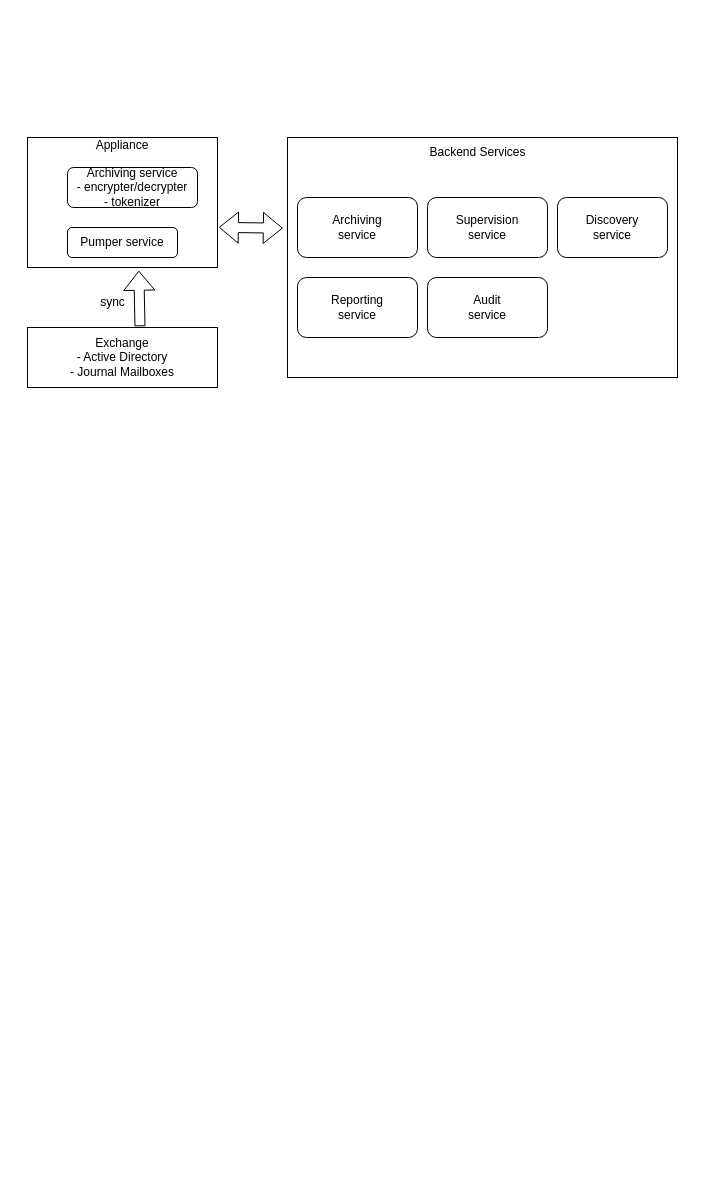
Earlier version of the draw.io diagram archiving.drawio (a4abi/overview). Source tidied: cells renumbered, new cells numbered last; positions are measured from the earlier drawing's top-left corner, leaving out a move shared by most shapes. Both pictures are drawn from the tidied source at 100%, with x=0, y=0 at pixel (27, 137).
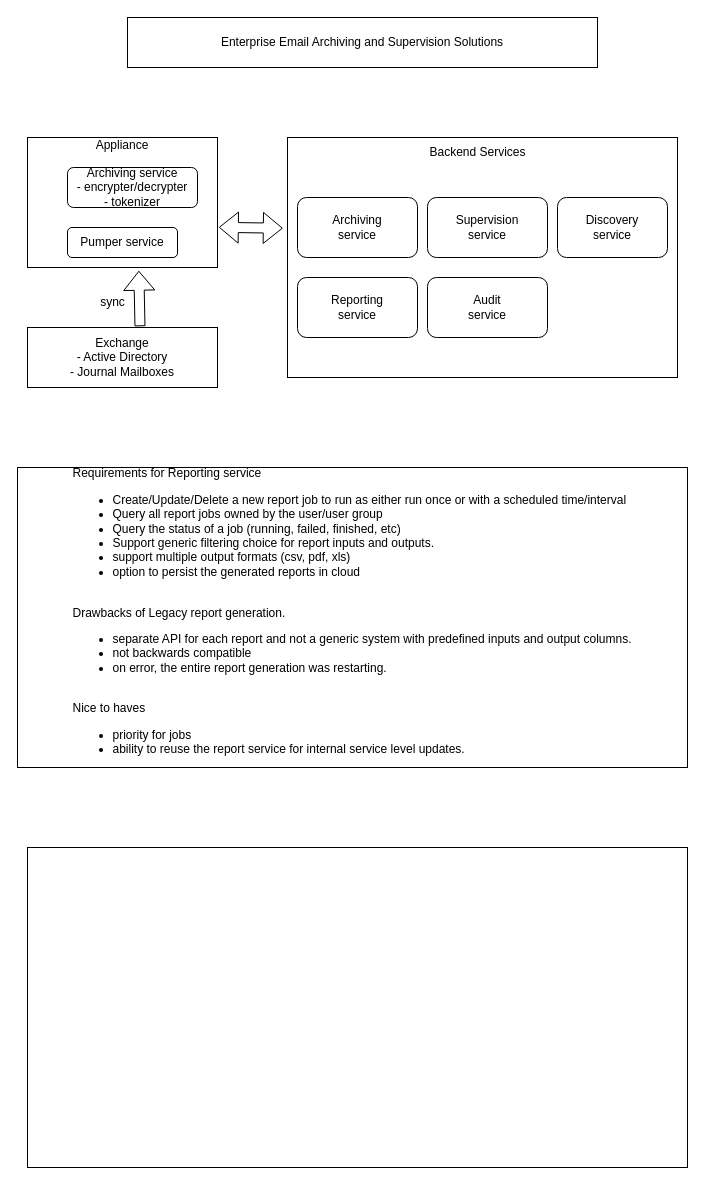
After the change.

The edit, as a diff of the source:
```diff
@@
 <mxGraphModel>
   <root>
     <mxCell id="0" />
     <mxCell id="1" parent="0" />
     <mxCell id="2" value="Appliance&lt;div&gt;&lt;br&gt;&lt;/div&gt;&lt;div&gt;&lt;br&gt;&lt;/div&gt;&lt;div&gt;&lt;br&gt;&lt;/div&gt;&lt;div&gt;&lt;br&gt;&lt;/div&gt;&lt;div&gt;&lt;br&gt;&lt;/div&gt;&lt;div&gt;&lt;br&gt;&lt;/div&gt;&lt;div&gt;&lt;br&gt;&lt;/div&gt;&lt;div&gt;&lt;br&gt;&lt;/div&gt;" style="rounded=0;whiteSpace=wrap;html=1;" parent="1" vertex="1">
       <mxGeometry width="190" height="130" as="geometry" />
     </mxCell>
     <mxCell id="3" value="Exchange&lt;div&gt;- Active Directory&lt;/div&gt;&lt;div&gt;- Journal Mailboxes&lt;/div&gt;" style="rounded=0;whiteSpace=wrap;html=1;" parent="1" vertex="1">
       <mxGeometry y="190" width="190" height="60" as="geometry" />
     </mxCell>
     <mxCell id="4" value="Archiving&amp;nbsp;&lt;span style=&quot;background-color: initial;&quot;&gt;service&lt;/span&gt;&lt;div&gt;&lt;span style=&quot;background-color: initial;&quot;&gt;- encrypter/decrypter&lt;/span&gt;&lt;/div&gt;&lt;div&gt;&lt;span style=&quot;background-color: initial;&quot;&gt;- tokenizer&lt;/span&gt;&lt;/div&gt;" style="rounded=1;whiteSpace=wrap;html=1;" parent="1" vertex="1">
       <mxGeometry x="40" y="30" width="130" height="40" as="geometry" />
     </mxCell>
     <mxCell id="5" style="rounded=0;whiteSpace=wrap;html=1;" parent="1" vertex="1">
       <mxGeometry x="260" width="390" height="240" as="geometry" />
     </mxCell>
     <mxCell id="6" value="Reporting&lt;div&gt;service&lt;/div&gt;" style="rounded=1;whiteSpace=wrap;html=1;" parent="1" vertex="1">
       <mxGeometry x="270" y="140" width="120" height="60" as="geometry" />
     </mxCell>
     <mxCell id="7" value="Audit&lt;div&gt;service&lt;/div&gt;" style="rounded=1;whiteSpace=wrap;html=1;" parent="1" vertex="1">
       <mxGeometry x="400" y="140" width="120" height="60" as="geometry" />
     </mxCell>
     <mxCell id="8" value="Archiving&lt;div&gt;service&lt;/div&gt;" style="rounded=1;whiteSpace=wrap;html=1;" parent="1" vertex="1">
       <mxGeometry x="270" y="60" width="120" height="60" as="geometry" />
     </mxCell>
     <mxCell id="9" value="Supervision&lt;div&gt;service&lt;/div&gt;" style="rounded=1;whiteSpace=wrap;html=1;" parent="1" vertex="1">
       <mxGeometry x="400" y="60" width="120" height="60" as="geometry" />
     </mxCell>
     <mxCell id="10" value="Discovery&lt;div&gt;service&lt;/div&gt;" style="rounded=1;whiteSpace=wrap;html=1;" parent="1" vertex="1">
       <mxGeometry x="530" y="60" width="110" height="60" as="geometry" />
     </mxCell>
     <mxCell id="11" value="Pumper service" style="rounded=1;whiteSpace=wrap;html=1;" parent="1" vertex="1">
       <mxGeometry x="40" y="90" width="110" height="30" as="geometry" />
     </mxCell>
     <mxCell id="12" style="shape=flexArrow;endArrow=classic;html=1;rounded=0;entryX=0.586;entryY=1.025;entryDx=0;entryDy=0;entryPerimeter=0;exitX=0.592;exitY=-0.02;exitDx=0;exitDy=0;exitPerimeter=0;" parent="1" edge="1" source="3" target="2">
       <mxGeometry relative="1" as="geometry" />
     </mxCell>
     <mxCell id="13" value="sync" style="text;html=1;align=center;verticalAlign=middle;strokeColor=none;fillColor=none;" parent="1" vertex="1">
       <mxGeometry x="60" y="150" width="50" height="30" as="geometry" />
     </mxCell>
     <mxCell id="14" style="shape=flexArrow;endArrow=classic;startArrow=classic;html=1;rounded=0;exitX=1.007;exitY=0.691;exitDx=0;exitDy=0;exitPerimeter=0;entryX=-0.012;entryY=0.378;entryDx=0;entryDy=0;entryPerimeter=0;" parent="1" edge="1" source="2" target="5">
       <mxGeometry relative="1" as="geometry" />
     </mxCell>
     <mxCell id="15" value="Backend Services" style="text;html=1;align=center;verticalAlign=middle;strokeColor=none;fillColor=none;" parent="1" vertex="1">
       <mxGeometry x="390" width="120" height="30" as="geometry" />
     </mxCell>
+    <mxCell id="16" value="Enterprise Email Archiving and Supervision Solutions" style="rounded=0;whiteSpace=wrap;html=1;" parent="1" vertex="1">
+      <mxGeometry x="100" y="-120" width="470" height="50" as="geometry" />
+    </mxCell>
+    <mxCell id="17" value="&lt;div style=&quot;text-align: left;&quot;&gt;&lt;span style=&quot;background-color: initial;&quot;&gt;Requirements for Reporting service&lt;/span&gt;&lt;/div&gt;&lt;div&gt;&lt;ul&gt;&lt;li style=&quot;text-align: left;&quot;&gt;Create/Update/Delete a new report job to run as either run once or with a scheduled time/interval&lt;/li&gt;&lt;li style=&quot;text-align: left;&quot;&gt;&lt;span style=&quot;background-color: initial;&quot;&gt;Query all report jobs owned by the user/user group&lt;/span&gt;&lt;/li&gt;&lt;li style=&quot;text-align: left;&quot;&gt;Query the status of a job (running, failed, finished, etc)&amp;nbsp;&lt;/li&gt;&lt;li style=&quot;text-align: left;&quot;&gt;Support generic filtering choice for report inputs and outputs.&lt;/li&gt;&lt;li style=&quot;text-align: left;&quot;&gt;support multiple output formats (csv, pdf, xls)&lt;/li&gt;&lt;li style=&quot;text-align: left;&quot;&gt;option to persist the generated reports in cloud&lt;/li&gt;&lt;/ul&gt;&lt;div style=&quot;text-align: left;&quot;&gt;&lt;br&gt;&lt;/div&gt;&lt;/div&gt;&lt;div style=&quot;text-align: left;&quot;&gt;Drawbacks of Legacy report generation.&lt;/div&gt;&lt;div style=&quot;text-align: left;&quot;&gt;&lt;ul&gt;&lt;li&gt;separate API for each report and not a generic system with predefined inputs and output columns.&lt;/li&gt;&lt;li&gt;not backwards compatible&lt;/li&gt;&lt;li&gt;on error, the entire report generation was restarting.&lt;/li&gt;&lt;/ul&gt;&lt;div&gt;&lt;br&gt;&lt;/div&gt;&lt;div&gt;Nice to haves&lt;/div&gt;&lt;div&gt;&lt;ul&gt;&lt;li&gt;priority for jobs&lt;/li&gt;&lt;li&gt;ability to reuse the report service for internal service level updates.&lt;/li&gt;&lt;/ul&gt;&lt;/div&gt;&lt;/div&gt;" style="rounded=0;whiteSpace=wrap;html=1;" parent="1" vertex="1">
+      <mxGeometry x="-10" y="330" width="670" height="300" as="geometry" />
+    </mxCell>
+    <mxCell id="18" style="rounded=0;whiteSpace=wrap;html=1;" parent="1" vertex="1">
+      <mxGeometry y="710" width="660" height="320" as="geometry" />
+    </mxCell>
   </root>
 </mxGraphModel>
```
